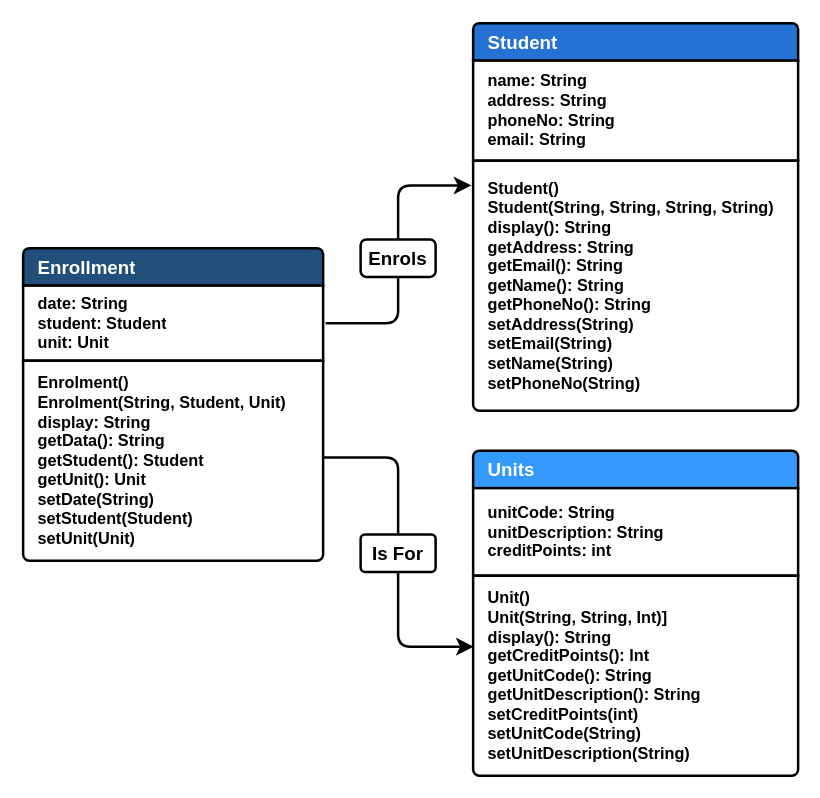
Above: Java/Assesment Rolling Project/ClassArchitecture.drawio in ByteToBits/CompScience (draw.io), before the change. Source tidied: cells renumbered, new cells numbered last; positions are measured from the earlier drawing's top-left corner, leaving out a move shared by most shapes. Both pictures are drawn from the tidied source at 125%, with x=0, y=0 at pixel (22, 22).
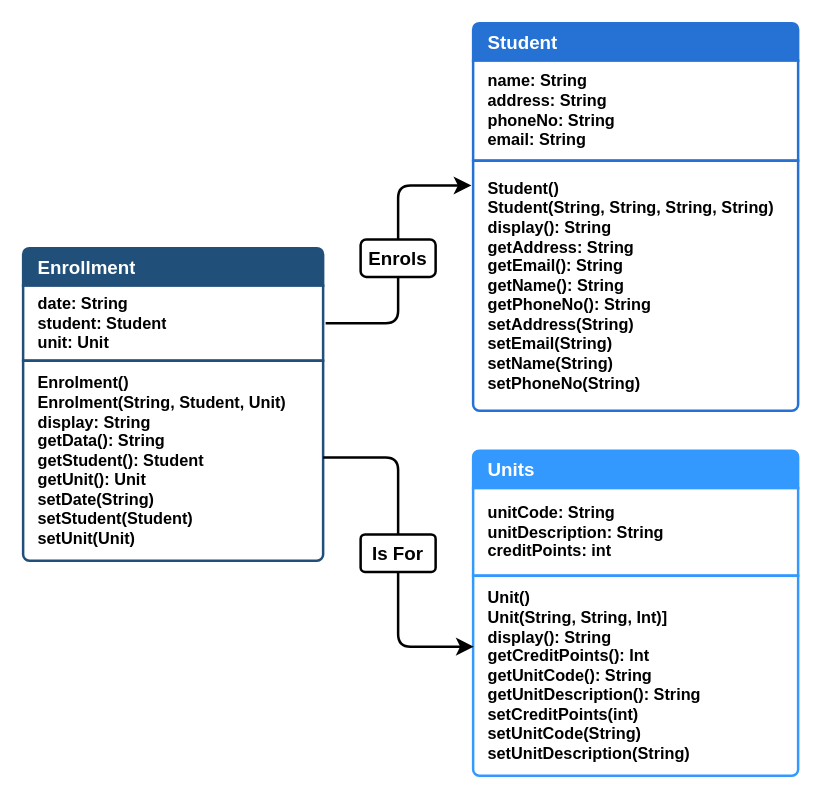
The same diagram, later.

Unchanged cells that the change refers to:
```xml
<mxCell id="3" style="swimlane;fontStyle=1;horizontal=1;startSize=0;whiteSpace=wrap;html=1;strokeColor=none;fillColor=none;strokeWidth=2;labelPadding=0;labelBorderColor=none;fontSize=13;shadow=0;perimeterSpacing=0;swimlaneLine=0;" parent="2" vertex="1">
  <mxGeometry y="180" width="240" height="250" as="geometry" />
</mxCell>
<mxCell id="7" style="swimlane;fontStyle=1;horizontal=1;startSize=0;whiteSpace=wrap;html=1;strokeColor=none;fillColor=none;strokeWidth=2;labelPadding=0;labelBorderColor=none;fontSize=13;shadow=0;perimeterSpacing=0;swimlaneLine=0;" parent="2" vertex="1">
  <mxGeometry x="360" width="260" height="310" as="geometry" />
</mxCell>
<mxCell id="11" style="swimlane;fontStyle=1;horizontal=1;startSize=0;whiteSpace=wrap;html=1;strokeColor=none;fillColor=none;strokeWidth=2;labelPadding=0;labelBorderColor=none;fontSize=13;shadow=0;perimeterSpacing=0;swimlaneLine=0;" parent="2" vertex="1">
  <mxGeometry x="360" y="342" width="260" height="260" as="geometry" />
</mxCell>
```

Change to the diagram source:
```diff
@@
-    <mxCell id="4" value="Enrollment" style="text;strokeColor=default;fillColor=#204f79;align=left;verticalAlign=middle;spacingLeft=10;spacingRight=10;overflow=hidden;whiteSpace=wrap;html=1;shape=mxgraph.bootstrap.topButton;rSize=5;fontColor=#ffffff;labelBackgroundColor=none;fontSize=15;fontStyle=1;fontFamily=Helvetica;strokeWidth=2;labelPadding=0;labelBorderColor=none;shadow=0;perimeterSpacing=0;swimlaneLine=0;" parent="3" vertex="1">
+    <mxCell id="4" value="Enrollment" style="text;strokeColor=#214f79;fillColor=#204f79;align=left;verticalAlign=middle;spacingLeft=10;spacingRight=10;overflow=hidden;whiteSpace=wrap;html=1;shape=mxgraph.bootstrap.topButton;rSize=5;fontColor=#ffffff;labelBackgroundColor=none;fontSize=15;fontStyle=1;fontFamily=Helvetica;strokeWidth=2;labelPadding=0;labelBorderColor=none;shadow=0;perimeterSpacing=0;swimlaneLine=0;" parent="3" vertex="1">
       <mxGeometry width="240" height="30" as="geometry" />
     </mxCell>
-    <mxCell id="5" value="date: String&lt;div style=&quot;font-size: 13px;&quot;&gt;student: Student&lt;/div&gt;&lt;div style=&quot;font-size: 13px;&quot;&gt;unit: Unit&lt;/div&gt;" style="text;strokeColor=default;fillColor=#FFFFFF;align=left;verticalAlign=middle;spacingLeft=10;spacingRight=10;overflow=hidden;whiteSpace=wrap;html=1;rSize=5;fontColor=#000000;strokeWidth=2;labelPadding=0;labelBorderColor=none;fontSize=13;fontStyle=1;shadow=0;perimeterSpacing=0;swimlaneLine=0;" parent="3" vertex="1">
+    <mxCell id="5" value="date: String&lt;div style=&quot;font-size: 13px;&quot;&gt;student: Student&lt;/div&gt;&lt;div style=&quot;font-size: 13px;&quot;&gt;unit: Unit&lt;/div&gt;" style="text;strokeColor=#214f79;fillColor=#FFFFFF;align=left;verticalAlign=middle;spacingLeft=10;spacingRight=10;overflow=hidden;whiteSpace=wrap;html=1;rSize=5;fontColor=#000000;strokeWidth=2;labelPadding=0;labelBorderColor=none;fontSize=13;fontStyle=1;shadow=0;perimeterSpacing=0;swimlaneLine=0;" parent="3" vertex="1">
       <mxGeometry y="30" width="240" height="60" as="geometry" />
     </mxCell>
-    <mxCell id="6" value="Enrolment()&lt;div style=&quot;font-size: 13px;&quot;&gt;Enrolment(String, Student, Unit)&lt;/div&gt;&lt;div style=&quot;font-size: 13px;&quot;&gt;display: String&lt;/div&gt;&lt;div style=&quot;font-size: 13px;&quot;&gt;getData(): String&lt;/div&gt;&lt;div style=&quot;font-size: 13px;&quot;&gt;getStudent(): Student&lt;/div&gt;&lt;div style=&quot;font-size: 13px;&quot;&gt;getUnit(): Unit&lt;/div&gt;&lt;div style=&quot;font-size: 13px;&quot;&gt;setDate(String)&lt;/div&gt;&lt;div style=&quot;font-size: 13px;&quot;&gt;setStudent(Student)&lt;/div&gt;&lt;div style=&quot;font-size: 13px;&quot;&gt;setUnit(Unit)&lt;/div&gt;" style="text;strokeColor=default;fillColor=#FFFFFF;align=left;verticalAlign=middle;spacingLeft=10;spacingRight=10;overflow=hidden;whiteSpace=wrap;html=1;shape=mxgraph.bootstrap.bottomButton;rSize=5;fontColor=#000000;strokeWidth=2;labelPadding=0;labelBorderColor=none;fontSize=13;fontStyle=1;shadow=0;perimeterSpacing=0;swimlaneLine=0;" parent="3" vertex="1">
+    <mxCell id="6" value="Enrolment()&lt;div style=&quot;font-size: 13px;&quot;&gt;Enrolment(String, Student, Unit)&lt;/div&gt;&lt;div style=&quot;font-size: 13px;&quot;&gt;display: String&lt;/div&gt;&lt;div style=&quot;font-size: 13px;&quot;&gt;getData(): String&lt;/div&gt;&lt;div style=&quot;font-size: 13px;&quot;&gt;getStudent(): Student&lt;/div&gt;&lt;div style=&quot;font-size: 13px;&quot;&gt;getUnit(): Unit&lt;/div&gt;&lt;div style=&quot;font-size: 13px;&quot;&gt;setDate(String)&lt;/div&gt;&lt;div style=&quot;font-size: 13px;&quot;&gt;setStudent(Student)&lt;/div&gt;&lt;div style=&quot;font-size: 13px;&quot;&gt;setUnit(Unit)&lt;/div&gt;" style="text;strokeColor=#214f79;fillColor=#FFFFFF;align=left;verticalAlign=middle;spacingLeft=10;spacingRight=10;overflow=hidden;whiteSpace=wrap;html=1;shape=mxgraph.bootstrap.bottomButton;rSize=5;fontColor=#000000;strokeWidth=2;labelPadding=0;labelBorderColor=none;fontSize=13;fontStyle=1;shadow=0;perimeterSpacing=0;swimlaneLine=0;" parent="3" vertex="1">
       <mxGeometry y="90" width="240" height="160" as="geometry" />
     </mxCell>
@@
-    <mxCell id="8" value="Student" style="text;strokeColor=default;fillColor=#2571d4;align=left;verticalAlign=middle;spacingLeft=10;spacingRight=10;overflow=hidden;whiteSpace=wrap;html=1;shape=mxgraph.bootstrap.topButton;rSize=5;fontColor=#ffffff;labelBackgroundColor=none;fontSize=15;fontStyle=1;fontFamily=Helvetica;strokeWidth=2;labelPadding=0;labelBorderColor=none;shadow=0;perimeterSpacing=0;swimlaneLine=0;" parent="7" vertex="1">
+    <mxCell id="8" value="Student" style="text;strokeColor=#2671d4;fillColor=#2571d4;align=left;verticalAlign=middle;spacingLeft=10;spacingRight=10;overflow=hidden;whiteSpace=wrap;html=1;shape=mxgraph.bootstrap.topButton;rSize=5;fontColor=#ffffff;labelBackgroundColor=none;fontSize=15;fontStyle=1;fontFamily=Helvetica;strokeWidth=2;labelPadding=0;labelBorderColor=none;shadow=0;perimeterSpacing=0;swimlaneLine=0;" parent="7" vertex="1">
       <mxGeometry width="260" height="30" as="geometry" />
     </mxCell>
-    <mxCell id="9" value="name: String&lt;div&gt;address: String&lt;/div&gt;&lt;div&gt;phoneNo: String&lt;/div&gt;&lt;div&gt;email: String&lt;/div&gt;" style="text;strokeColor=default;fillColor=#FFFFFF;align=left;verticalAlign=middle;spacingLeft=10;spacingRight=10;overflow=hidden;whiteSpace=wrap;html=1;rSize=5;fontColor=#000000;strokeWidth=2;labelPadding=0;labelBorderColor=none;fontSize=13;fontStyle=1;shadow=0;perimeterSpacing=0;swimlaneLine=0;" parent="7" vertex="1">
+    <mxCell id="9" value="name: String&lt;div&gt;address: String&lt;/div&gt;&lt;div&gt;phoneNo: String&lt;/div&gt;&lt;div&gt;email: String&lt;/div&gt;" style="text;strokeColor=#2671d4;fillColor=#FFFFFF;align=left;verticalAlign=middle;spacingLeft=10;spacingRight=10;overflow=hidden;whiteSpace=wrap;html=1;rSize=5;fontColor=#000000;strokeWidth=2;labelPadding=0;labelBorderColor=none;fontSize=13;fontStyle=1;shadow=0;perimeterSpacing=0;swimlaneLine=0;" parent="7" vertex="1">
       <mxGeometry y="30" width="260" height="80" as="geometry" />
     </mxCell>
-    <mxCell id="10" value="Student()&lt;div&gt;Student(String, String, String, String)&lt;/div&gt;&lt;div&gt;display(): String&lt;/div&gt;&lt;div&gt;getAddress: String&lt;/div&gt;&lt;div&gt;getEmail(): String&lt;/div&gt;&lt;div&gt;getName(): String&lt;/div&gt;&lt;div&gt;getPhoneNo(): String&lt;/div&gt;&lt;div&gt;setAddress(String)&lt;/div&gt;&lt;div&gt;setEmail(String)&lt;/div&gt;&lt;div&gt;setName(String)&lt;/div&gt;&lt;div&gt;setPhoneNo(String)&lt;/div&gt;" style="text;strokeColor=default;fillColor=#FFFFFF;align=left;verticalAlign=middle;spacingLeft=10;spacingRight=10;overflow=hidden;whiteSpace=wrap;html=1;shape=mxgraph.bootstrap.bottomButton;rSize=5;fontColor=#000000;strokeWidth=2;labelPadding=0;labelBorderColor=none;fontSize=13;fontStyle=1;shadow=0;perimeterSpacing=0;swimlaneLine=0;" parent="7" vertex="1">
+    <mxCell id="10" value="Student()&lt;div&gt;Student(String, String, String, String)&lt;/div&gt;&lt;div&gt;display(): String&lt;/div&gt;&lt;div&gt;getAddress: String&lt;/div&gt;&lt;div&gt;getEmail(): String&lt;/div&gt;&lt;div&gt;getName(): String&lt;/div&gt;&lt;div&gt;getPhoneNo(): String&lt;/div&gt;&lt;div&gt;setAddress(String)&lt;/div&gt;&lt;div&gt;setEmail(String)&lt;/div&gt;&lt;div&gt;setName(String)&lt;/div&gt;&lt;div&gt;setPhoneNo(String)&lt;/div&gt;" style="text;strokeColor=#2671d4;fillColor=#FFFFFF;align=left;verticalAlign=middle;spacingLeft=10;spacingRight=10;overflow=hidden;whiteSpace=wrap;html=1;shape=mxgraph.bootstrap.bottomButton;rSize=5;fontColor=#000000;strokeWidth=2;labelPadding=0;labelBorderColor=none;fontSize=13;fontStyle=1;shadow=0;perimeterSpacing=0;swimlaneLine=0;" parent="7" vertex="1">
       <mxGeometry y="110" width="260" height="200" as="geometry" />
     </mxCell>
@@
-    <mxCell id="12" value="Units" style="text;strokeColor=default;fillColor=#3399FF;align=left;verticalAlign=middle;spacingLeft=10;spacingRight=10;overflow=hidden;whiteSpace=wrap;html=1;shape=mxgraph.bootstrap.topButton;rSize=5;fontColor=#ffffff;labelBackgroundColor=none;fontSize=15;fontStyle=1;fontFamily=Helvetica;strokeWidth=2;labelPadding=0;labelBorderColor=none;shadow=0;perimeterSpacing=0;swimlaneLine=0;" parent="11" vertex="1">
+    <mxCell id="12" value="Units" style="text;strokeColor=#3399ff;fillColor=#3399FF;align=left;verticalAlign=middle;spacingLeft=10;spacingRight=10;overflow=hidden;whiteSpace=wrap;html=1;shape=mxgraph.bootstrap.topButton;rSize=5;fontColor=#ffffff;labelBackgroundColor=none;fontSize=15;fontStyle=1;fontFamily=Helvetica;strokeWidth=2;labelPadding=0;labelBorderColor=none;shadow=0;perimeterSpacing=0;swimlaneLine=0;" parent="11" vertex="1">
       <mxGeometry width="260" height="30" as="geometry" />
     </mxCell>
-    <mxCell id="13" value="unitCode: String&lt;div&gt;unitDescription: String&lt;/div&gt;&lt;div&gt;creditPoints: int&lt;/div&gt;" style="text;strokeColor=default;fillColor=#FFFFFF;align=left;verticalAlign=middle;spacingLeft=10;spacingRight=10;overflow=hidden;whiteSpace=wrap;html=1;rSize=5;fontColor=#000000;strokeWidth=2;labelPadding=0;labelBorderColor=none;fontSize=13;fontStyle=1;shadow=0;perimeterSpacing=0;swimlaneLine=0;" parent="11" vertex="1">
+    <mxCell id="13" value="unitCode: String&lt;div&gt;unitDescription: String&lt;/div&gt;&lt;div&gt;creditPoints: int&lt;/div&gt;" style="text;strokeColor=#3399ff;fillColor=#FFFFFF;align=left;verticalAlign=middle;spacingLeft=10;spacingRight=10;overflow=hidden;whiteSpace=wrap;html=1;rSize=5;fontColor=#000000;strokeWidth=2;labelPadding=0;labelBorderColor=none;fontSize=13;fontStyle=1;shadow=0;perimeterSpacing=0;swimlaneLine=0;" parent="11" vertex="1">
       <mxGeometry y="30" width="260" height="70" as="geometry" />
     </mxCell>
-    <mxCell id="14" value="Unit()&lt;div&gt;Unit(String, String, Int)]&lt;/div&gt;&lt;div&gt;display(): String&lt;/div&gt;&lt;div&gt;getCreditPoints(): Int&lt;/div&gt;&lt;div&gt;getUnitCode(): String&lt;/div&gt;&lt;div&gt;getUnitDescription(): String&lt;/div&gt;&lt;div&gt;setCreditPoints(int)&lt;/div&gt;&lt;div&gt;setUnitCode(String)&lt;/div&gt;&lt;div&gt;setUnitDescription(String)&lt;/div&gt;" style="text;strokeColor=default;fillColor=#FFFFFF;align=left;verticalAlign=middle;spacingLeft=10;spacingRight=10;overflow=hidden;points=[[0,0.5],[1,0.5]];portConstraint=eastwest;whiteSpace=wrap;html=1;shape=mxgraph.bootstrap.bottomButton;rSize=5;fontColor=#000000;strokeWidth=2;labelPadding=0;labelBorderColor=none;fontSize=13;fontStyle=1;shadow=0;perimeterSpacing=0;swimlaneLine=0;" parent="11" vertex="1">
+    <mxCell id="14" value="Unit()&lt;div&gt;Unit(String, String, Int)]&lt;/div&gt;&lt;div&gt;display(): String&lt;/div&gt;&lt;div&gt;getCreditPoints(): Int&lt;/div&gt;&lt;div&gt;getUnitCode(): String&lt;/div&gt;&lt;div&gt;getUnitDescription(): String&lt;/div&gt;&lt;div&gt;setCreditPoints(int)&lt;/div&gt;&lt;div&gt;setUnitCode(String)&lt;/div&gt;&lt;div&gt;setUnitDescription(String)&lt;/div&gt;" style="text;strokeColor=#3399ff;fillColor=#FFFFFF;align=left;verticalAlign=middle;spacingLeft=10;spacingRight=10;overflow=hidden;points=[[0,0.5],[1,0.5]];portConstraint=eastwest;whiteSpace=wrap;html=1;shape=mxgraph.bootstrap.bottomButton;rSize=5;fontColor=#000000;strokeWidth=2;labelPadding=0;labelBorderColor=none;fontSize=13;fontStyle=1;shadow=0;perimeterSpacing=0;swimlaneLine=0;" parent="11" vertex="1">
       <mxGeometry y="100" width="260" height="160" as="geometry" />
     </mxCell>
```
